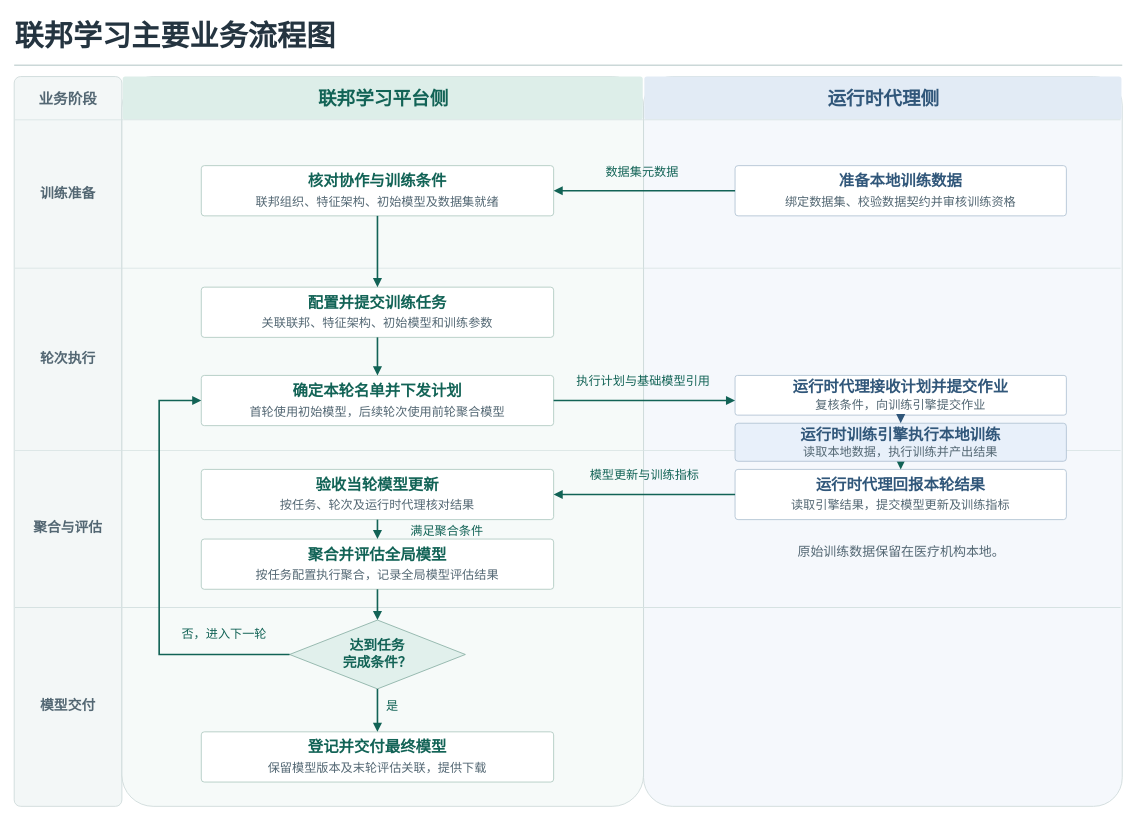
The draw.io diagram docs/438c/merge/figures/federation-learning-main-flow.drawio in medol-labs/federation-learning, before the edit. Source tidied: cells renumbered, new cells numbered last; positions are measured from the earlier drawing's top-left corner, leaving out a move shared by most shapes. Both pictures are drawn from the tidied source at 81%, with x=0, y=0 at pixel (14, 14).
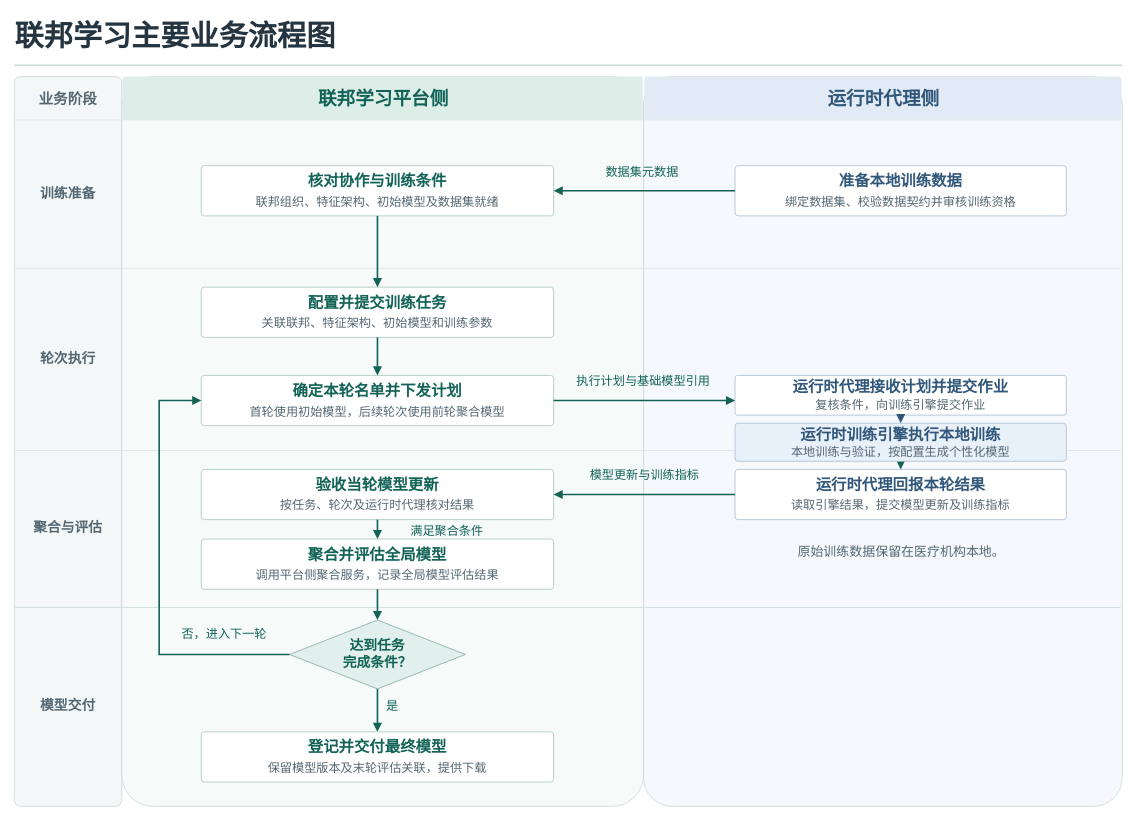
After the change.

Commit message (it also covers changes not shown here):
Update federated learning requirements and architecture diagrams

Unchanged cells that the change refers to:
```xml
<mxCell id="41" style="fontFamily=PingFang SC;html=0;whiteSpace=wrap;rounded=1;arcSize=6;strokeColor=#ABC6BE;fillColor=#FFFFFF;" parent="1" vertex="1">
  <mxGeometry x="231" y="648" width="435" height="62" as="geometry" />
</mxCell>
<mxCell id="65" style="fontFamily=PingFang SC;html=0;whiteSpace=wrap;rounded=1;arcSize=8;strokeColor=#ACBFD1;fillColor=#E8F0FA;" parent="1" vertex="1">
  <mxGeometry x="890" y="505" width="409" height="47" as="geometry" />
</mxCell>
```

What changed in the source:
```diff
@@
-    <mxCell id="43" value="按任务配置执行聚合，记录全局模型评估结果" style="fontFamily=PingFang SC;html=0;whiteSpace=wrap;text;overflow=visible;align=center;verticalAlign=middle;fontSize=15;fontColor=#536773;fontStyle=0;strokeColor=none;fillColor=none;spacing=0;" parent="41" vertex="1">
+    <mxCell id="43" value="调用平台侧聚合服务，记录全局模型评估结果" style="fontFamily=PingFang SC;html=0;whiteSpace=wrap;text;overflow=visible;align=center;verticalAlign=middle;fontSize=15;fontColor=#536773;fontStyle=0;strokeColor=none;fillColor=none;spacing=0;" parent="41" vertex="1">
       <mxGeometry x="9" y="33" width="417" height="22" as="geometry" />
     </mxCell>
@@
-    <mxCell id="67" value="读取本地数据，执行训练并产出结果" style="fontFamily=PingFang SC;html=0;whiteSpace=wrap;text;overflow=visible;align=center;verticalAlign=middle;fontSize=15;fontColor=#536773;fontStyle=0;strokeColor=none;fillColor=none;spacing=0;" parent="65" vertex="1">
+    <mxCell id="67" value="本地训练与验证，按配置生成个性化模型" style="fontFamily=PingFang SC;html=0;whiteSpace=wrap;text;overflow=visible;align=center;verticalAlign=middle;fontSize=15;fontColor=#536773;fontStyle=0;strokeColor=none;fillColor=none;spacing=0;" parent="65" vertex="1">
       <mxGeometry x="9" y="26" width="391" height="18" as="geometry" />
     </mxCell>
```
